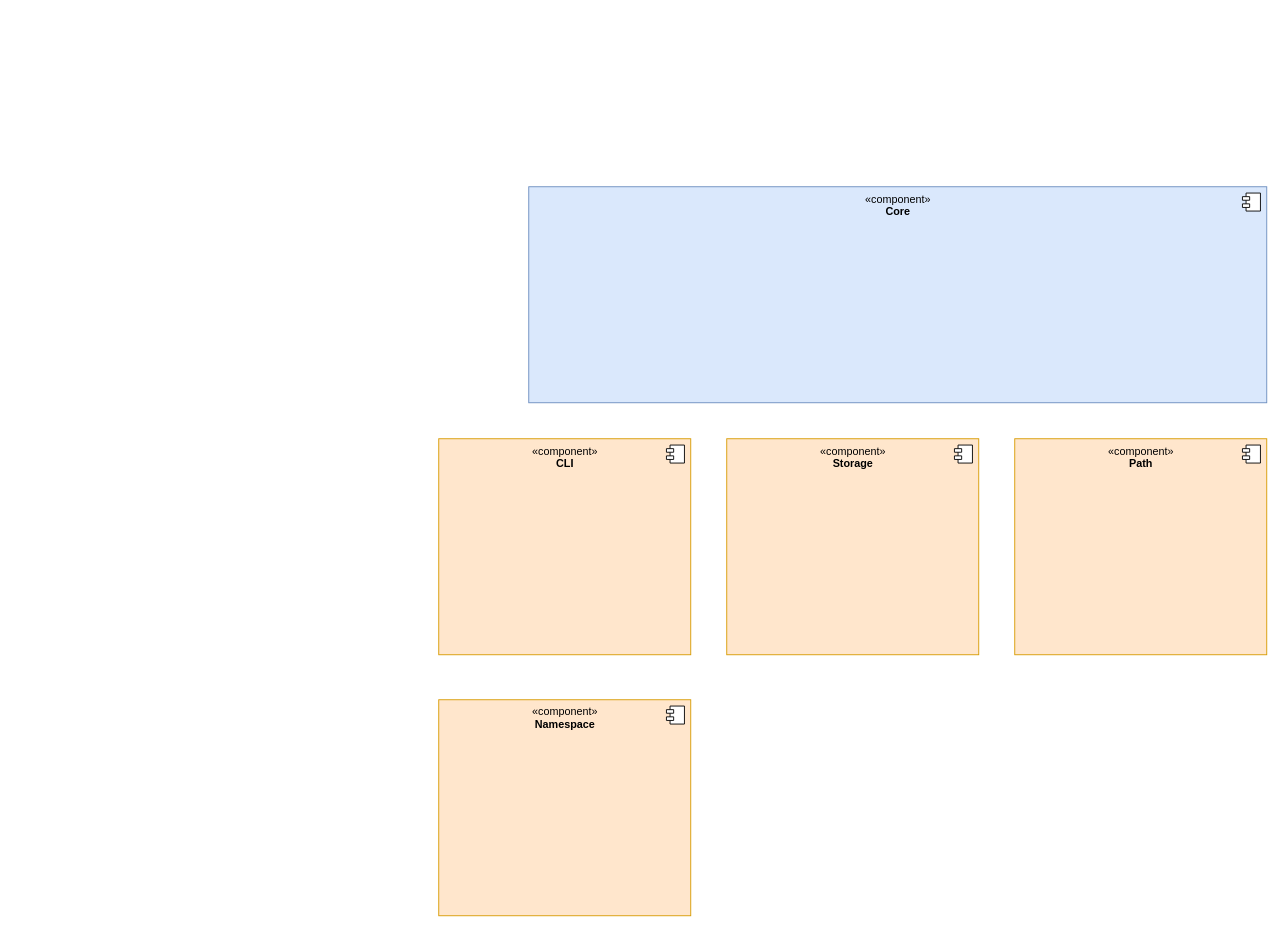
Earlier version of the draw.io diagram docs/design/registry.drawio (LasseRosenow/RIOT). Source tidied: cells renumbered, new cells numbered last; positions are measured from the earlier drawing's top-left corner, leaving out a move shared by most shapes. Both pictures are drawn from the tidied source at 90%, with x=0, y=0 at pixel (438, 186).
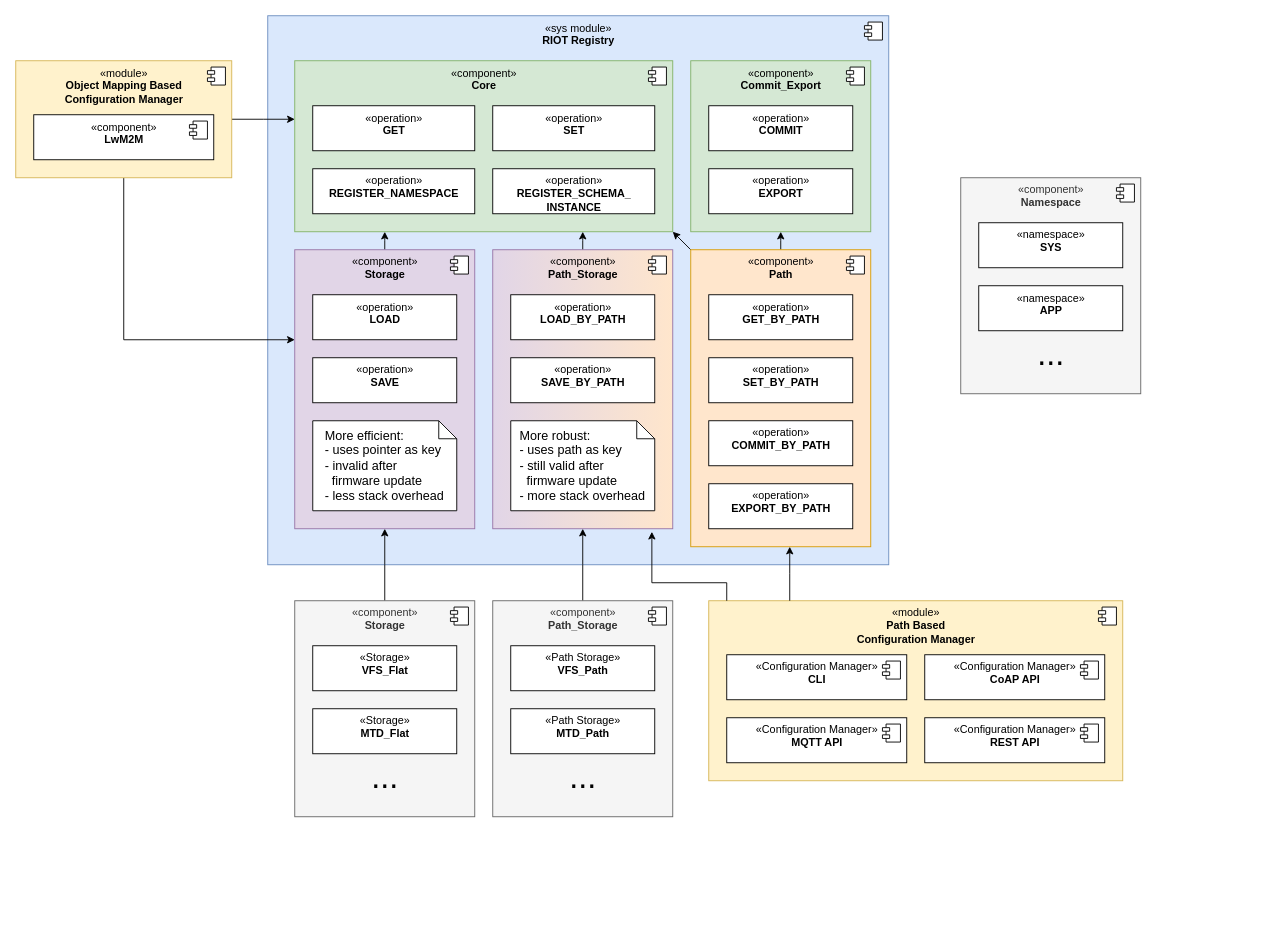
The same diagram, later.

Change to the diagram source:
```diff
@@
+    <mxCell id="12" value="«sys module»&lt;br&gt;&lt;b&gt;RIOT Registry&lt;/b&gt;" style="html=1;verticalAlign=top;fillColor=#dae8fc;strokeColor=#6c8ebf;" parent="1" vertex="1">
+      <mxGeometry x="-190" y="-190" width="690" height="610" as="geometry" />
+    </mxCell>
+    <mxCell id="13" style="shape=module;jettyWidth=8;jettyHeight=4;" parent="12" vertex="1">
+      <mxGeometry x="1" width="20" height="20" relative="1" as="geometry">
+        <mxPoint x="-27" y="7" as="offset" />
+      </mxGeometry>
+    </mxCell>
+    <mxCell id="14" value="«component»&lt;br&gt;&lt;b&gt;Commit_Export&lt;/b&gt;" style="html=1;verticalAlign=top;fillColor=#d5e8d4;strokeColor=#82b366;" parent="1" vertex="1">
+      <mxGeometry x="280" y="-140" width="200" height="190" as="geometry" />
+    </mxCell>
+    <mxCell id="15" style="shape=module;jettyWidth=8;jettyHeight=4;" parent="14" vertex="1">
+      <mxGeometry x="1" width="20" height="20" relative="1" as="geometry">
+        <mxPoint x="-27" y="7" as="offset" />
+      </mxGeometry>
+    </mxCell>
+    <mxCell id="16" style="edgeStyle=elbowEdgeStyle;rounded=0;html=1;fontSize=36;" parent="1" edge="1" source="17" target="2">
+      <mxGeometry relative="1" as="geometry" />
+    </mxCell>
+    <mxCell id="17" value="«component»&lt;br&gt;&lt;b&gt;Storage&lt;/b&gt;" style="html=1;verticalAlign=top;fillColor=#e1d5e7;strokeColor=#9673a6;" parent="1" vertex="1">
+      <mxGeometry x="-160" y="70" width="200" height="310" as="geometry" />
+    </mxCell>
+    <mxCell id="18" style="shape=module;jettyWidth=8;jettyHeight=4;" parent="17" vertex="1">
+      <mxGeometry x="1" width="20" height="20" relative="1" as="geometry">
+        <mxPoint x="-27" y="7" as="offset" />
+      </mxGeometry>
+    </mxCell>
+    <mxCell id="19" value="«module»&lt;br&gt;&lt;b&gt;Path Based&lt;br&gt;Configuration Manager&lt;/b&gt;" style="html=1;verticalAlign=top;fillColor=#fff2cc;strokeColor=#d6b656;" parent="1" vertex="1">
+      <mxGeometry x="300" y="460" width="460" height="200" as="geometry" />
+    </mxCell>
+    <mxCell id="20" style="shape=module;jettyWidth=8;jettyHeight=4;" parent="19" vertex="1">
+      <mxGeometry x="1" width="20" height="20" relative="1" as="geometry">
+        <mxPoint x="-27" y="7" as="offset" />
+      </mxGeometry>
+    </mxCell>
-    <mxCell id="2" value="«component»&lt;br&gt;&lt;b&gt;Core&lt;/b&gt;" style="html=1;verticalAlign=top;fillColor=#dae8fc;strokeColor=#6c8ebf;" parent="1" vertex="1">
-      <mxGeometry x="100" width="820" height="240" as="geometry" />
+    <mxCell id="2" value="«component»&lt;br&gt;&lt;b&gt;Core&lt;/b&gt;" style="html=1;verticalAlign=top;fillColor=#d5e8d4;strokeColor=#82b366;" parent="1" vertex="1">
+      <mxGeometry x="-160" y="-140" width="420" height="190" as="geometry" />
     </mxCell>
@@
+    <mxCell id="21" style="html=1;fontSize=36;rounded=0;exitX=0;exitY=0;exitDx=0;exitDy=0;entryX=1;entryY=1;entryDx=0;entryDy=0;" parent="1" edge="1" source="4" target="2">
+      <mxGeometry relative="1" as="geometry" />
+    </mxCell>
+    <mxCell id="22" style="edgeStyle=elbowEdgeStyle;rounded=0;html=1;fontSize=14;" parent="1" edge="1" source="4" target="14">
+      <mxGeometry relative="1" as="geometry" />
+    </mxCell>
     <mxCell id="4" value="«component»&lt;br&gt;&lt;b&gt;Path&lt;/b&gt;" style="html=1;verticalAlign=top;fillColor=#ffe6cc;strokeColor=#d79b00;" parent="1" vertex="1">
-      <mxGeometry x="640" y="280" width="280" height="240" as="geometry" />
+      <mxGeometry x="280" y="70" width="200" height="330" as="geometry" />
     </mxCell>
@@
+    <mxCell id="23" style="edgeStyle=elbowEdgeStyle;rounded=0;html=1;fontSize=36;" parent="1" edge="1" source="6" target="2">
+      <mxGeometry relative="1" as="geometry" />
+    </mxCell>
-    <mxCell id="6" value="«component»&lt;br&gt;&lt;b&gt;Storage&lt;/b&gt;" style="html=1;verticalAlign=top;fillColor=#ffe6cc;strokeColor=#d79b00;" parent="1" vertex="1">
-      <mxGeometry x="320" y="280" width="280" height="240" as="geometry" />
+    <mxCell id="6" value="«component»&lt;br&gt;&lt;b&gt;Path_Storage&lt;/b&gt;" style="html=1;verticalAlign=top;fillColor=#e1d5e7;strokeColor=#9673a6;fillStyle=auto;gradientColor=#FFE6CC;gradientDirection=east;" parent="1" vertex="1">
+      <mxGeometry x="60" y="70" width="200" height="310" as="geometry" />
     </mxCell>
@@
+    <mxCell id="24" style="edgeStyle=elbowEdgeStyle;rounded=0;html=1;fontSize=36;" parent="1" edge="1" source="19" target="4">
+      <mxGeometry relative="1" as="geometry" />
+    </mxCell>
-    <mxCell id="8" value="«component»&lt;br&gt;&lt;b&gt;CLI&lt;/b&gt;" style="html=1;verticalAlign=top;fillColor=#ffe6cc;strokeColor=#d79b00;" parent="1" vertex="1">
-      <mxGeometry y="280" width="280" height="240" as="geometry" />
+    <mxCell id="8" value="«Configuration Manager»&lt;br&gt;&lt;b&gt;CLI&lt;/b&gt;" style="html=1;verticalAlign=top;" parent="1" vertex="1">
+      <mxGeometry x="320" y="520" width="200" height="50" as="geometry" />
     </mxCell>
@@
-    <mxCell id="10" value="«component»&lt;br&gt;&lt;b&gt;Namespace&lt;/b&gt;" style="html=1;verticalAlign=top;fillColor=#ffe6cc;strokeColor=#d79b00;" parent="1" vertex="1">
-      <mxGeometry y="570" width="280" height="240" as="geometry" />
+    <mxCell id="10" value="«component»&lt;br&gt;&lt;b&gt;Namespace&lt;/b&gt;" style="html=1;verticalAlign=top;fillColor=#f5f5f5;strokeColor=#666666;fontColor=#333333;" parent="1" vertex="1">
+      <mxGeometry x="580" y="-10" width="200" height="240" as="geometry" />
     </mxCell>
@@
+    <mxCell id="25" value="«namespace»&lt;br&gt;&lt;b&gt;SYS&lt;/b&gt;" style="html=1;verticalAlign=top;" parent="1" vertex="1">
+      <mxGeometry x="600" y="40" width="160" height="50" as="geometry" />
+    </mxCell>
+    <mxCell id="26" value="«namespace»&lt;br&gt;&lt;b&gt;APP&lt;/b&gt;" style="html=1;verticalAlign=top;" parent="1" vertex="1">
+      <mxGeometry x="600" y="110" width="160" height="50" as="geometry" />
+    </mxCell>
+    <mxCell id="27" value="&lt;font style=&quot;font-size: 36px;&quot;&gt;...&lt;/font&gt;" style="text;html=1;align=center;verticalAlign=middle;strokeColor=none;fillColor=none;" parent="1" vertex="1">
+      <mxGeometry x="655" y="156" width="50" height="60" as="geometry" />
+    </mxCell>
+    <mxCell id="28" value="«operation»&lt;br&gt;&lt;b&gt;GET&lt;/b&gt;" style="html=1;verticalAlign=top;" parent="1" vertex="1">
+      <mxGeometry x="-140" y="-90" width="180" height="50" as="geometry" />
+    </mxCell>
+    <mxCell id="29" value="«operation»&lt;br&gt;&lt;b&gt;SET&lt;/b&gt;" style="html=1;verticalAlign=top;" parent="1" vertex="1">
+      <mxGeometry x="60" y="-90" width="180" height="50" as="geometry" />
+    </mxCell>
+    <mxCell id="30" value="«operation»&lt;br&gt;&lt;b&gt;REGISTER_NAMESPACE&lt;/b&gt;" style="html=1;verticalAlign=top;" parent="1" vertex="1">
+      <mxGeometry x="-140" y="-20" width="180" height="50" as="geometry" />
+    </mxCell>
+    <mxCell id="31" value="«operation»&lt;br style=&quot;border-color: var(--border-color);&quot;&gt;&lt;b style=&quot;border-color: var(--border-color);&quot;&gt;REGISTER_SCHEMA_&lt;br&gt;INSTANCE&lt;/b&gt;" style="html=1;verticalAlign=top;" parent="1" vertex="1">
+      <mxGeometry x="60" y="-20" width="180" height="50" as="geometry" />
+    </mxCell>
+    <mxCell id="32" value="«operation»&lt;br&gt;&lt;b&gt;GET_BY_PATH&lt;/b&gt;" style="html=1;verticalAlign=top;" parent="1" vertex="1">
+      <mxGeometry x="300" y="120" width="160" height="50" as="geometry" />
+    </mxCell>
+    <mxCell id="33" value="«operation»&lt;br&gt;&lt;b&gt;SET_BY_PATH&lt;/b&gt;" style="html=1;verticalAlign=top;" parent="1" vertex="1">
+      <mxGeometry x="300" y="190" width="160" height="50" as="geometry" />
+    </mxCell>
+    <mxCell id="34" value="«operation»&lt;br&gt;&lt;b&gt;COMMIT_BY_PATH&lt;/b&gt;" style="html=1;verticalAlign=top;" parent="1" vertex="1">
+      <mxGeometry x="300" y="260" width="160" height="50" as="geometry" />
+    </mxCell>
+    <mxCell id="35" value="«operation»&lt;br&gt;&lt;b&gt;EXPORT_BY_PATH&lt;/b&gt;" style="html=1;verticalAlign=top;" parent="1" vertex="1">
+      <mxGeometry x="300" y="330" width="160" height="50" as="geometry" />
+    </mxCell>
+    <mxCell id="36" value="«operation»&lt;br&gt;&lt;b&gt;LOAD_BY_PATH&lt;/b&gt;" style="html=1;verticalAlign=top;" parent="1" vertex="1">
+      <mxGeometry x="80" y="120" width="160" height="50" as="geometry" />
+    </mxCell>
+    <mxCell id="37" value="«operation»&lt;br&gt;&lt;b&gt;SAVE_BY_PATH&lt;/b&gt;" style="html=1;verticalAlign=top;" parent="1" vertex="1">
+      <mxGeometry x="80" y="190" width="160" height="50" as="geometry" />
+    </mxCell>
+    <mxCell id="38" value="«Configuration Manager»&lt;br&gt;&lt;b&gt;CoAP API&lt;/b&gt;" style="html=1;verticalAlign=top;" parent="1" vertex="1">
+      <mxGeometry x="540" y="520" width="200" height="50" as="geometry" />
+    </mxCell>
+    <mxCell id="39" style="shape=module;jettyWidth=8;jettyHeight=4;" parent="38" vertex="1">
+      <mxGeometry x="1" width="20" height="20" relative="1" as="geometry">
+        <mxPoint x="-27" y="7" as="offset" />
+      </mxGeometry>
+    </mxCell>
+    <mxCell id="40" value="«Configuration Manager»&lt;br&gt;&lt;b&gt;MQTT API&lt;/b&gt;" style="html=1;verticalAlign=top;" parent="1" vertex="1">
+      <mxGeometry x="320" y="590" width="200" height="50" as="geometry" />
+    </mxCell>
+    <mxCell id="41" style="shape=module;jettyWidth=8;jettyHeight=4;" parent="40" vertex="1">
+      <mxGeometry x="1" width="20" height="20" relative="1" as="geometry">
+        <mxPoint x="-27" y="7" as="offset" />
+      </mxGeometry>
+    </mxCell>
+    <mxCell id="42" style="edgeStyle=elbowEdgeStyle;rounded=0;html=1;fontSize=36;elbow=vertical;" parent="1" edge="1" source="46" target="2">
+      <mxGeometry relative="1" as="geometry" />
+    </mxCell>
+    <mxCell id="43" style="edgeStyle=elbowEdgeStyle;rounded=0;elbow=vertical;html=1;fontSize=36;" parent="1" edge="1" source="46" target="17">
+      <mxGeometry relative="1" as="geometry">
+        <Array as="points">
+          <mxPoint x="-350" y="170" />
+        </Array>
+      </mxGeometry>
+    </mxCell>
+    <mxCell id="44" value="«operation»&lt;br&gt;&lt;b&gt;LOAD&lt;/b&gt;" style="html=1;verticalAlign=top;" parent="1" vertex="1">
+      <mxGeometry x="-140" y="120" width="160" height="50" as="geometry" />
+    </mxCell>
+    <mxCell id="45" value="«operation»&lt;br&gt;&lt;b&gt;SAVE&lt;/b&gt;" style="html=1;verticalAlign=top;" parent="1" vertex="1">
+      <mxGeometry x="-140" y="190" width="160" height="50" as="geometry" />
+    </mxCell>
+    <mxCell id="46" value="«module»&lt;br&gt;&lt;b&gt;Object Mapping Based&lt;br&gt;Configuration Manager&lt;/b&gt;" style="html=1;verticalAlign=top;fillColor=#fff2cc;strokeColor=#d6b656;" parent="1" vertex="1">
+      <mxGeometry x="-470" y="-140" width="240" height="130" as="geometry" />
+    </mxCell>
+    <mxCell id="47" style="shape=module;jettyWidth=8;jettyHeight=4;" parent="46" vertex="1">
+      <mxGeometry x="1" width="20" height="20" relative="1" as="geometry">
+        <mxPoint x="-27" y="7" as="offset" />
+      </mxGeometry>
+    </mxCell>
+    <mxCell id="48" value="«component»&lt;br&gt;&lt;b&gt;LwM2M&lt;/b&gt;" style="html=1;verticalAlign=top;" parent="1" vertex="1">
+      <mxGeometry x="-450" y="-80" width="200" height="50" as="geometry" />
+    </mxCell>
+    <mxCell id="49" style="shape=module;jettyWidth=8;jettyHeight=4;" parent="48" vertex="1">
+      <mxGeometry x="1" width="20" height="20" relative="1" as="geometry">
+        <mxPoint x="-27" y="7" as="offset" />
+      </mxGeometry>
+    </mxCell>
+    <mxCell id="50" style="edgeStyle=elbowEdgeStyle;rounded=0;html=1;fontSize=36;entryX=0.884;entryY=1.011;entryDx=0;entryDy=0;elbow=vertical;entryPerimeter=0;" parent="1" edge="1" source="19" target="6">
+      <mxGeometry relative="1" as="geometry">
+        <Array as="points">
+          <mxPoint x="320" y="440" />
+        </Array>
+      </mxGeometry>
+    </mxCell>
+    <mxCell id="51" value="«Configuration Manager»&lt;br&gt;&lt;b&gt;REST API&lt;/b&gt;" style="html=1;verticalAlign=top;" parent="1" vertex="1">
+      <mxGeometry x="540" y="590" width="200" height="50" as="geometry" />
+    </mxCell>
+    <mxCell id="52" style="shape=module;jettyWidth=8;jettyHeight=4;" parent="51" vertex="1">
+      <mxGeometry x="1" width="20" height="20" relative="1" as="geometry">
+        <mxPoint x="-27" y="7" as="offset" />
+      </mxGeometry>
+    </mxCell>
+    <mxCell id="53" style="edgeStyle=elbowEdgeStyle;rounded=0;html=1;fontSize=14;" parent="1" edge="1" source="54" target="17">
+      <mxGeometry relative="1" as="geometry" />
+    </mxCell>
+    <mxCell id="54" value="«component»&lt;br&gt;&lt;b&gt;Storage&lt;/b&gt;" style="html=1;verticalAlign=top;fillColor=#f5f5f5;strokeColor=#666666;fontColor=#333333;" parent="1" vertex="1">
+      <mxGeometry x="-160" y="460" width="200" height="240" as="geometry" />
+    </mxCell>
+    <mxCell id="55" style="shape=module;jettyWidth=8;jettyHeight=4;" parent="54" vertex="1">
+      <mxGeometry x="1" width="20" height="20" relative="1" as="geometry">
+        <mxPoint x="-27" y="7" as="offset" />
+      </mxGeometry>
+    </mxCell>
+    <mxCell id="56" value="«Storage»&lt;br&gt;&lt;b&gt;VFS_Flat&lt;/b&gt;" style="html=1;verticalAlign=top;" parent="1" vertex="1">
+      <mxGeometry x="-140" y="510" width="160" height="50" as="geometry" />
+    </mxCell>
+    <mxCell id="57" value="&lt;font style=&quot;font-size: 36px;&quot;&gt;...&lt;/font&gt;" style="text;html=1;align=center;verticalAlign=middle;strokeColor=none;fillColor=none;" parent="1" vertex="1">
+      <mxGeometry x="-85" y="626" width="50" height="60" as="geometry" />
+    </mxCell>
+    <mxCell id="58" style="edgeStyle=elbowEdgeStyle;rounded=0;html=1;fontSize=14;" parent="1" edge="1" source="59" target="6">
+      <mxGeometry relative="1" as="geometry" />
+    </mxCell>
+    <mxCell id="59" value="«component»&lt;br&gt;&lt;b&gt;Path_Storage&lt;/b&gt;" style="html=1;verticalAlign=top;fillColor=#f5f5f5;strokeColor=#666666;fontColor=#333333;" parent="1" vertex="1">
+      <mxGeometry x="60" y="460" width="200" height="240" as="geometry" />
+    </mxCell>
+    <mxCell id="60" style="shape=module;jettyWidth=8;jettyHeight=4;" parent="59" vertex="1">
+      <mxGeometry x="1" width="20" height="20" relative="1" as="geometry">
+        <mxPoint x="-27" y="7" as="offset" />
+      </mxGeometry>
+    </mxCell>
+    <mxCell id="61" value="«Path Storage»&lt;br&gt;&lt;b&gt;VFS_Path&lt;/b&gt;" style="html=1;verticalAlign=top;" parent="1" vertex="1">
+      <mxGeometry x="80" y="510" width="160" height="50" as="geometry" />
+    </mxCell>
+    <mxCell id="62" value="&lt;font style=&quot;font-size: 36px;&quot;&gt;...&lt;/font&gt;" style="text;html=1;align=center;verticalAlign=middle;strokeColor=none;fillColor=none;" parent="1" vertex="1">
+      <mxGeometry x="135" y="626" width="50" height="60" as="geometry" />
+    </mxCell>
+    <mxCell id="63" value="«Storage»&lt;br&gt;&lt;b&gt;MTD_Flat&lt;/b&gt;" style="html=1;verticalAlign=top;" parent="1" vertex="1">
+      <mxGeometry x="-140" y="580" width="160" height="50" as="geometry" />
+    </mxCell>
+    <mxCell id="64" value="«Path Storage»&lt;br&gt;&lt;b&gt;MTD_Path&lt;/b&gt;" style="html=1;verticalAlign=top;" parent="1" vertex="1">
+      <mxGeometry x="80" y="580" width="160" height="50" as="geometry" />
+    </mxCell>
+    <mxCell id="65" value="«operation»&lt;br&gt;&lt;b&gt;COMMIT&lt;/b&gt;" style="html=1;verticalAlign=top;" parent="1" vertex="1">
+      <mxGeometry x="300" y="-90" width="160" height="50" as="geometry" />
+    </mxCell>
+    <mxCell id="66" value="«operation»&lt;br&gt;&lt;b&gt;EXPORT&lt;/b&gt;" style="html=1;verticalAlign=top;" parent="1" vertex="1">
+      <mxGeometry x="300" y="-20" width="160" height="50" as="geometry" />
+    </mxCell>
+    <mxCell id="67" value="&lt;div style=&quot;text-align: left; font-size: 14px;&quot;&gt;&lt;span style=&quot;background-color: initial;&quot;&gt;&lt;font style=&quot;font-size: 14px;&quot;&gt;More efficient:&lt;/font&gt;&lt;/span&gt;&lt;/div&gt;&lt;div style=&quot;text-align: left; font-size: 14px;&quot;&gt;&lt;span style=&quot;background-color: initial;&quot;&gt;&lt;font style=&quot;font-size: 14px;&quot;&gt;- uses pointer as key&lt;/font&gt;&lt;/span&gt;&lt;/div&gt;&lt;div style=&quot;text-align: left; font-size: 14px;&quot;&gt;&lt;span style=&quot;background-color: initial;&quot;&gt;&lt;font style=&quot;font-size: 14px;&quot;&gt;- invalid after&amp;nbsp;&lt;/font&gt;&lt;/span&gt;&lt;/div&gt;&lt;div style=&quot;text-align: left; font-size: 14px;&quot;&gt;&lt;span style=&quot;background-color: initial;&quot;&gt;&lt;font style=&quot;font-size: 14px;&quot;&gt;&amp;nbsp; firmware update&lt;/font&gt;&lt;/span&gt;&lt;/div&gt;&lt;div style=&quot;text-align: left; font-size: 14px;&quot;&gt;&lt;span style=&quot;background-color: initial;&quot;&gt;&lt;font style=&quot;font-size: 14px;&quot;&gt;- less stack overhead&lt;/font&gt;&lt;/span&gt;&lt;/div&gt;" style="shape=note;size=20;whiteSpace=wrap;html=1;rounded=1;fillStyle=auto;fontSize=36;gradientDirection=east;" parent="1" vertex="1">
+      <mxGeometry x="-140" y="260" width="160" height="100" as="geometry" />
+    </mxCell>
+    <mxCell id="68" value="&lt;div style=&quot;text-align: left; font-size: 14px;&quot;&gt;&lt;span style=&quot;background-color: initial;&quot;&gt;&lt;font style=&quot;font-size: 14px;&quot;&gt;More robust:&lt;/font&gt;&lt;/span&gt;&lt;/div&gt;&lt;div style=&quot;text-align: left; font-size: 14px;&quot;&gt;&lt;span style=&quot;background-color: initial;&quot;&gt;&lt;font style=&quot;font-size: 14px;&quot;&gt;- uses path as key&lt;/font&gt;&lt;/span&gt;&lt;/div&gt;&lt;div style=&quot;text-align: left; font-size: 14px;&quot;&gt;&lt;span style=&quot;background-color: initial;&quot;&gt;&lt;font style=&quot;font-size: 14px;&quot;&gt;- still valid after &lt;br&gt;&amp;nbsp; firmware&amp;nbsp;&lt;/font&gt;&lt;/span&gt;&lt;span style=&quot;background-color: initial;&quot;&gt;update&lt;/span&gt;&lt;/div&gt;&lt;div style=&quot;text-align: left; font-size: 14px;&quot;&gt;&lt;span style=&quot;background-color: initial;&quot;&gt;- more stack overhead&lt;/span&gt;&lt;/div&gt;" style="shape=note;size=20;whiteSpace=wrap;html=1;rounded=1;fillStyle=auto;fontSize=36;gradientDirection=east;" parent="1" vertex="1">
+      <mxGeometry x="80" y="260" width="160" height="100" as="geometry" />
+    </mxCell>
```
